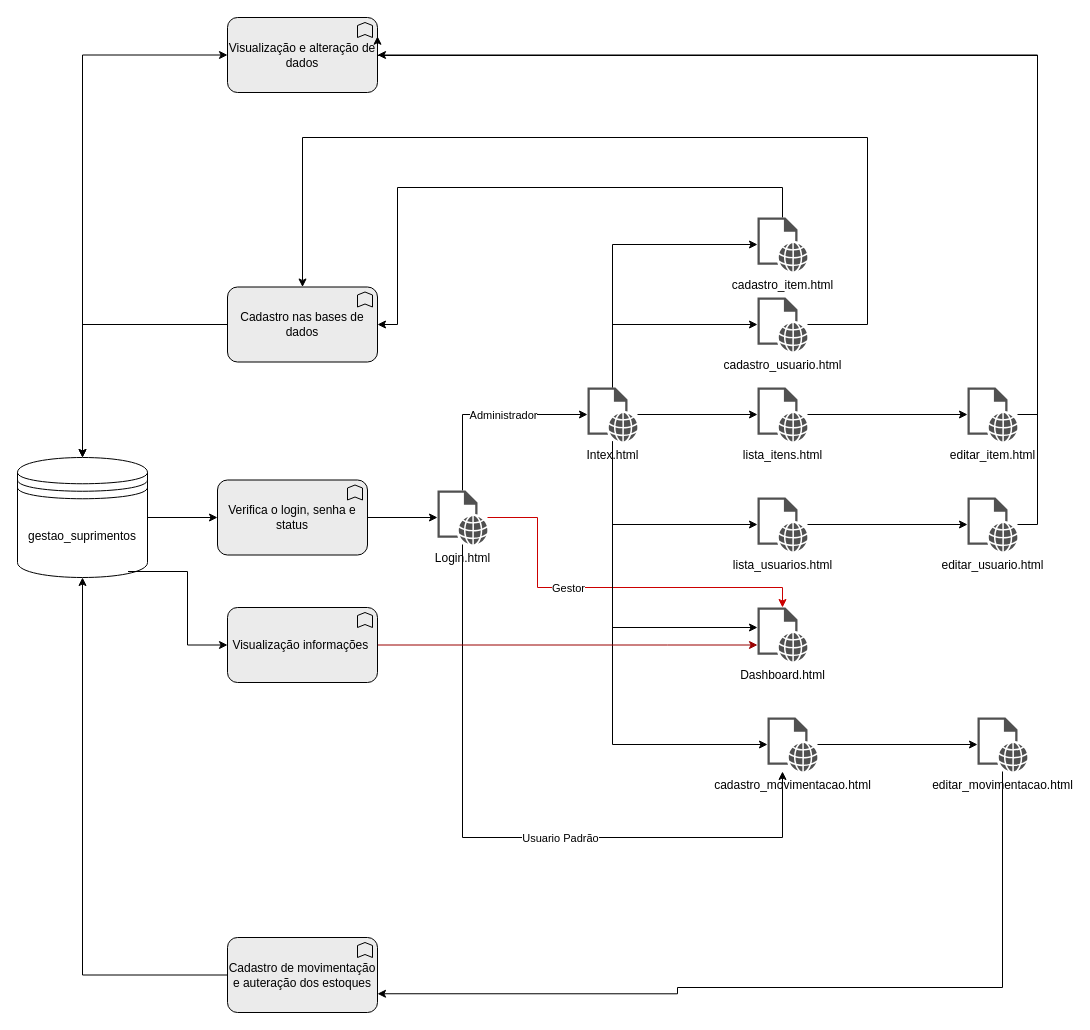
This is page "Paginas" (7 of 7) of TesteSuprimentosC4.drawio from cbana28/Suprimentos, a draw.io file, before an edit. Source tidied: cells renumbered, new cells numbered last; positions are measured from the earlier drawing's top-left corner, leaving out a move shared by most shapes. Both pictures are drawn from the tidied source at 100%, with x=0, y=0 at pixel (17, 17).
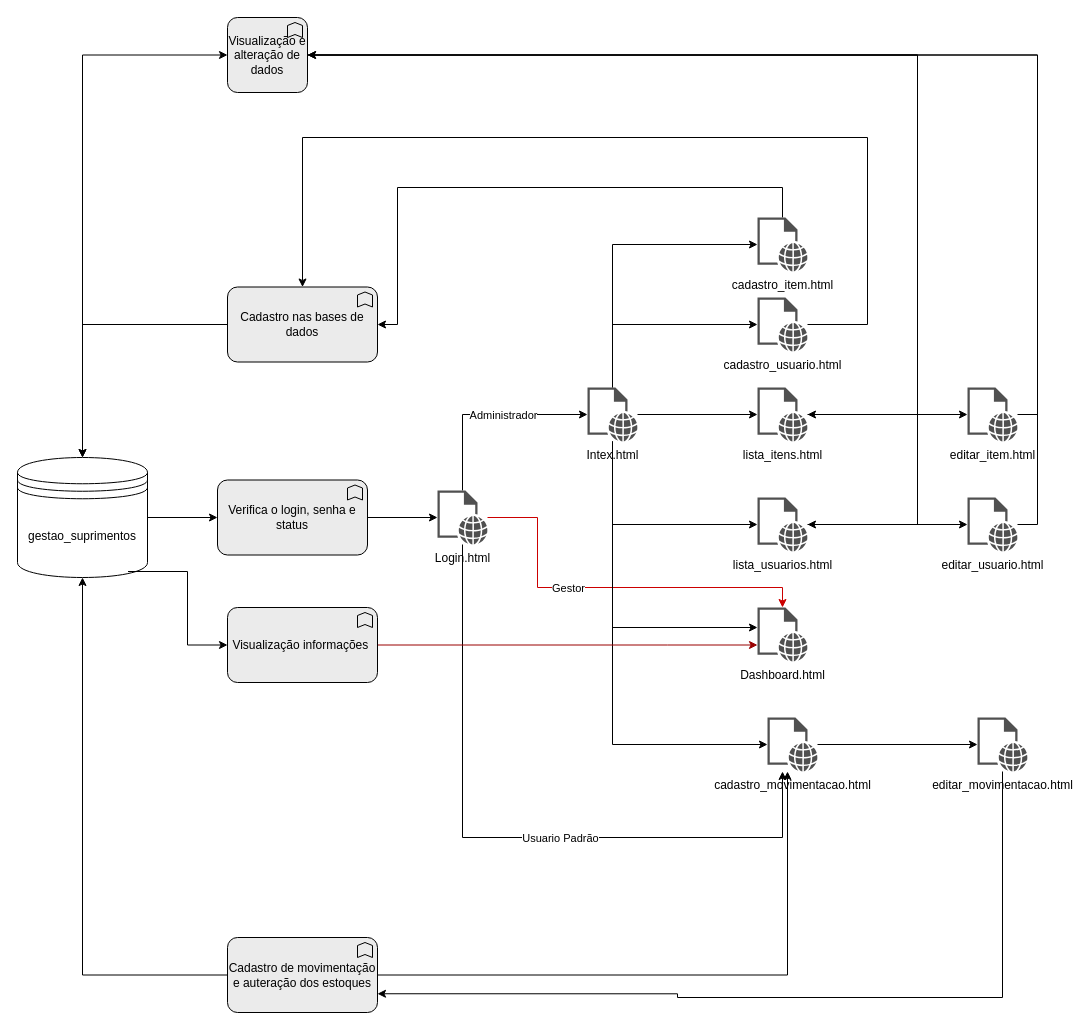
Above is the later version.

The change refers to these unchanged cells:
```xml
<mxCell id="15" value="cadastro_movimentacao&lt;span style=&quot;background-color: transparent; color: light-dark(rgb(0, 0, 0), rgb(255, 255, 255));&quot;&gt;.html&lt;/span&gt;&lt;div&gt;&lt;div&gt;&lt;br&gt;&lt;/div&gt;&lt;/div&gt;" style="sketch=0;shadow=0;dashed=0;html=1;strokeColor=none;fillColor=#505050;labelPosition=center;verticalLabelPosition=bottom;verticalAlign=top;outlineConnect=0;align=center;shape=mxgraph.office.concepts.web_page;" parent="1" vertex="1">
  <mxGeometry x="750" y="700" width="50" height="54" as="geometry" />
</mxCell>
<mxCell id="20" value="lista_itens.html&lt;div&gt;&lt;br&gt;&lt;/div&gt;" style="sketch=0;shadow=0;dashed=0;html=1;strokeColor=none;fillColor=#505050;labelPosition=center;verticalLabelPosition=bottom;verticalAlign=top;outlineConnect=0;align=center;shape=mxgraph.office.concepts.web_page;" parent="1" vertex="1">
  <mxGeometry x="740" y="370" width="50" height="54" as="geometry" />
</mxCell>
<mxCell id="22" value="lista_usuarios.html&lt;div&gt;&lt;br&gt;&lt;/div&gt;" style="sketch=0;shadow=0;dashed=0;html=1;strokeColor=none;fillColor=#505050;labelPosition=center;verticalLabelPosition=bottom;verticalAlign=top;outlineConnect=0;align=center;shape=mxgraph.office.concepts.web_page;" parent="1" vertex="1">
  <mxGeometry x="740" y="480" width="50" height="54" as="geometry" />
</mxCell>
<mxCell id="36" value="Cadastro de movimentação e auteração dos estoques" style="html=1;outlineConnect=0;whiteSpace=wrap;fillColor=#EBEBEB;shape=mxgraph.archimate3.application;appType=func;archiType=rounded;" parent="1" vertex="1">
  <mxGeometry x="210" y="920" width="150" height="75" as="geometry" />
</mxCell>
<mxCell id="41" value="editar_usuario.html&lt;div&gt;&lt;br&gt;&lt;/div&gt;" style="sketch=0;shadow=0;dashed=0;html=1;strokeColor=none;fillColor=#505050;labelPosition=center;verticalLabelPosition=bottom;verticalAlign=top;outlineConnect=0;align=center;shape=mxgraph.office.concepts.web_page;" parent="1" vertex="1">
  <mxGeometry x="950" y="480" width="50" height="54" as="geometry" />
</mxCell>
<mxCell id="42" value="editar_movimentacao.html&lt;div&gt;&lt;br&gt;&lt;/div&gt;" style="sketch=0;shadow=0;dashed=0;html=1;strokeColor=none;fillColor=#505050;labelPosition=center;verticalLabelPosition=bottom;verticalAlign=top;outlineConnect=0;align=center;shape=mxgraph.office.concepts.web_page;" parent="1" vertex="1">
  <mxGeometry x="960" y="700" width="50" height="54" as="geometry" />
</mxCell>
```

Change to the diagram source:
```diff
@@
+    <mxCell id="46" style="edgeStyle=orthogonalEdgeStyle;rounded=0;jettySize=auto;html=1;" parent="1" edge="1" source="34" target="20">
+      <mxGeometry relative="1" as="geometry">
+        <Array as="points">
+          <mxPoint x="900" y="38" />
+          <mxPoint x="900" y="397" />
+        </Array>
+      </mxGeometry>
+    </mxCell>
+    <mxCell id="47" style="edgeStyle=orthogonalEdgeStyle;rounded=0;jettySize=auto;html=1;exitX=1;exitY=0.5;exitDx=0;exitDy=0;exitPerimeter=0;" parent="1" edge="1" source="34" target="22">
+      <mxGeometry relative="1" as="geometry">
+        <Array as="points">
+          <mxPoint x="900" y="38" />
+          <mxPoint x="900" y="507" />
+        </Array>
+      </mxGeometry>
+    </mxCell>
     <mxCell id="34" value="Visualização e alteração de dados" style="html=1;outlineConnect=0;whiteSpace=wrap;fillColor=#EBEBEB;shape=mxgraph.archimate3.application;appType=func;archiType=rounded;" parent="1" vertex="1">
-      <mxGeometry x="210" width="150" height="75" as="geometry" />
+      <mxGeometry x="210" width="80" height="75" as="geometry" />
     </mxCell>
@@
+    <mxCell id="48" style="edgeStyle=orthogonalEdgeStyle;rounded=0;jettySize=auto;html=1;exitX=1;exitY=0.5;exitDx=0;exitDy=0;exitPerimeter=0;" parent="1" edge="1" source="36" target="15">
+      <mxGeometry relative="1" as="geometry">
+        <Array as="points">
+          <mxPoint x="770" y="957" />
+        </Array>
+      </mxGeometry>
+    </mxCell>
@@
     <mxCell id="43" style="edgeStyle=orthogonalEdgeStyle;rounded=0;jettySize=auto;html=1;entryX=1;entryY=0.75;entryDx=0;entryDy=0;entryPerimeter=0;" parent="1" edge="1" source="42" target="36">
       <mxGeometry relative="1" as="geometry">
         <Array as="points">
-          <mxPoint x="985" y="970" />
-          <mxPoint x="660" y="970" />
+          <mxPoint x="985" y="980" />
+          <mxPoint x="660" y="980" />
           <mxPoint x="660" y="976" />
         </Array>
       </mxGeometry>
     </mxCell>
@@
-    <mxCell id="45" style="edgeStyle=orthogonalEdgeStyle;rounded=0;jettySize=auto;html=1;entryX=1;entryY=0.25;entryDx=0;entryDy=0;entryPerimeter=0;" parent="1" edge="1" source="41" target="34">
+    <mxCell id="45" style="edgeStyle=orthogonalEdgeStyle;rounded=0;jettySize=auto;html=1;entryX=1;entryY=0.5;entryDx=0;entryDy=0;entryPerimeter=0;" parent="1" edge="1" source="41" target="34">
       <mxGeometry relative="1" as="geometry">
         <Array as="points">
           <mxPoint x="1020" y="507" />
           <mxPoint x="1020" y="38" />
-          <mxPoint x="360" y="38" />
         </Array>
       </mxGeometry>
     </mxCell>
```
